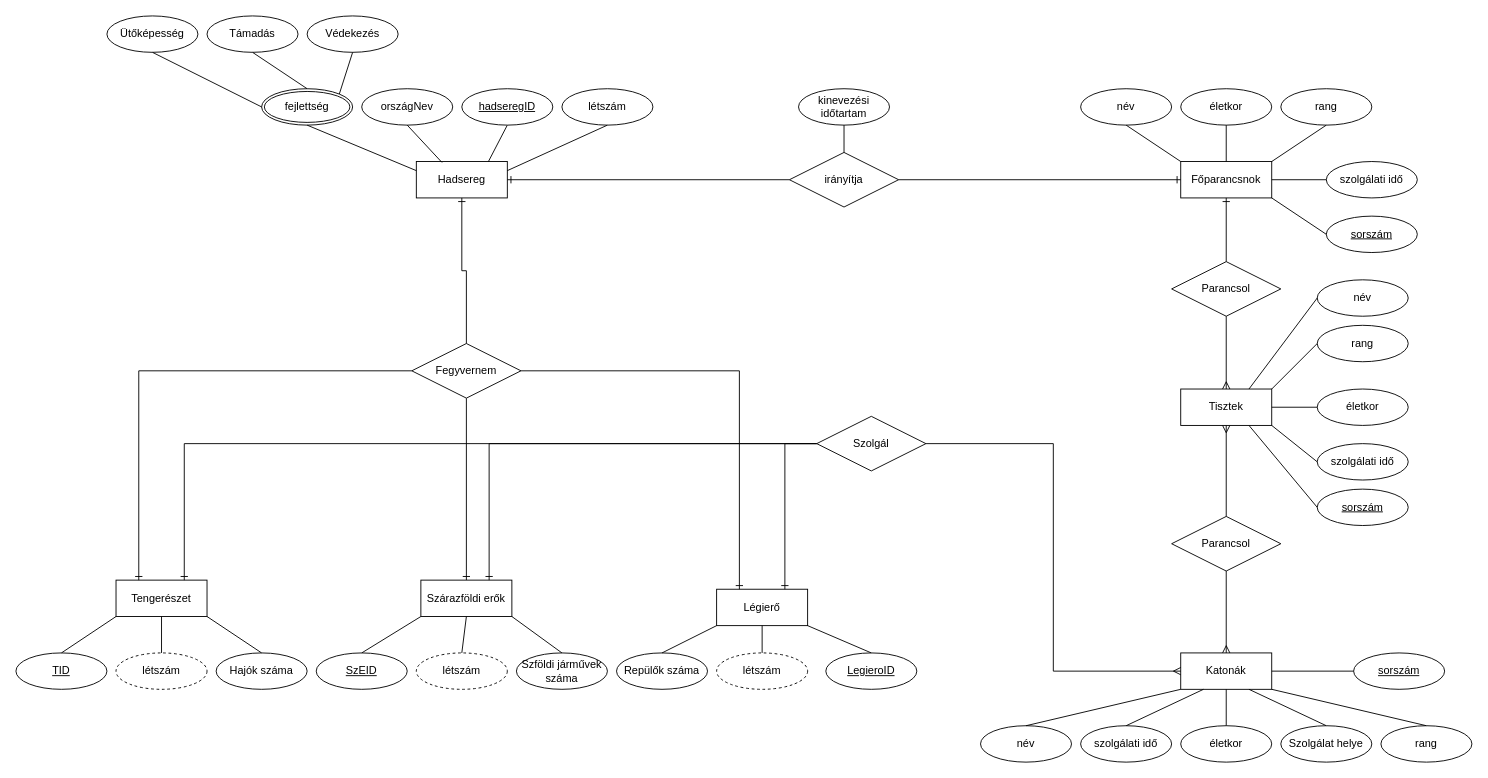
The draw.io diagram DBSemTaskHEPMIU/ERhepmiu.drawio in urbanoliver/HEPMIU_DB1Gyak, before the edit. Source tidied: cells renumbered, new cells numbered last; positions are measured from the earlier drawing's top-left corner, leaving out a move shared by most shapes. Both pictures are drawn from the tidied source at 91%, with x=0, y=0 at pixel (15, 15).
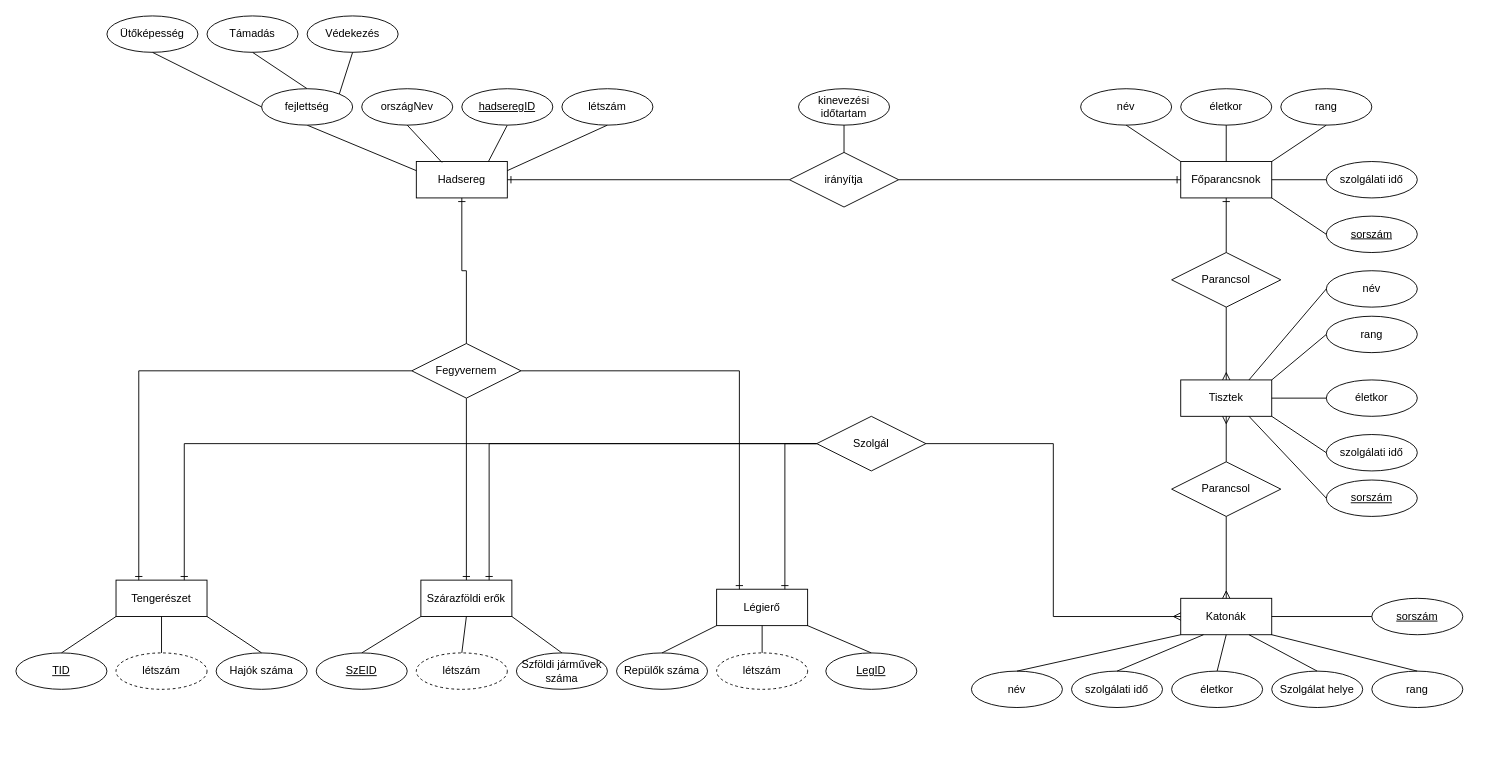
Above is the later version.

The change refers to these unchanged cells:
```xml
<mxCell id="2" value="Hadsereg" style="whiteSpace=wrap;html=1;align=center;" parent="1" vertex="1">
  <mxGeometry x="440" y="160" width="100" height="40" as="geometry" />
</mxCell>
<mxCell id="16" value="Főparancsnok" style="whiteSpace=wrap;html=1;align=center;" parent="1" vertex="1">
  <mxGeometry x="1280" y="160" width="100" height="40" as="geometry" />
</mxCell>
```

Change to the diagram source:
```diff
@@
-    <mxCell id="31" value="Parancsol" style="shape=rhombus;perimeter=rhombusPerimeter;whiteSpace=wrap;html=1;align=center;" parent="1" vertex="1">
-      <mxGeometry x="1270" y="270" width="120" height="60" as="geometry" />
-    </mxCell>
     <mxCell id="32" value="Tisztek" style="whiteSpace=wrap;html=1;align=center;" parent="1" vertex="1">
-      <mxGeometry x="1280" y="410" width="100" height="40" as="geometry" />
+      <mxGeometry x="1280" y="400" width="100" height="40" as="geometry" />
     </mxCell>
-    <mxCell id="33" style="edgeStyle=orthogonalEdgeStyle;fontSize=12;html=1;endArrow=ERmany;rounded=0;exitX=0.5;exitY=1;exitDx=0;exitDy=0;entryX=0.5;entryY=0;entryDx=0;entryDy=0;" parent="1" edge="1" source="31" target="32">
-      <mxGeometry relative="1" as="geometry" />
-    </mxCell>
-    <mxCell id="34" style="edgeStyle=orthogonalEdgeStyle;fontSize=12;html=1;endArrow=ERone;endFill=1;rounded=0;exitX=0.5;exitY=0;exitDx=0;exitDy=0;entryX=0.5;entryY=1;entryDx=0;entryDy=0;" parent="1" edge="1" source="31" target="16">
-      <mxGeometry relative="1" as="geometry" />
-    </mxCell>
     <mxCell id="35" value="szolgálati idő" style="ellipse;whiteSpace=wrap;html=1;align=center;" parent="1" vertex="1">
-      <mxGeometry x="1430" y="470" width="100" height="40" as="geometry" />
+      <mxGeometry x="1440" y="460" width="100" height="40" as="geometry" />
     </mxCell>
     <mxCell id="36" value="életkor" style="ellipse;whiteSpace=wrap;html=1;align=center;" parent="1" vertex="1">
-      <mxGeometry x="1430" y="410" width="100" height="40" as="geometry" />
+      <mxGeometry x="1440" y="400" width="100" height="40" as="geometry" />
     </mxCell>
     <mxCell id="37" value="rang" style="ellipse;whiteSpace=wrap;html=1;align=center;" parent="1" vertex="1">
-      <mxGeometry x="1430" y="340" width="100" height="40" as="geometry" />
+      <mxGeometry x="1440" y="330" width="100" height="40" as="geometry" />
     </mxCell>
     <mxCell id="38" value="név" style="ellipse;whiteSpace=wrap;html=1;align=center;" parent="1" vertex="1">
-      <mxGeometry x="1430" y="290" width="100" height="40" as="geometry" />
+      <mxGeometry x="1440" y="280" width="100" height="40" as="geometry" />
     </mxCell>
@@
     <mxCell id="43" value="Parancsol" style="shape=rhombus;perimeter=rhombusPerimeter;whiteSpace=wrap;html=1;align=center;" parent="1" vertex="1">
-      <mxGeometry x="1270" y="550" width="120" height="60" as="geometry" />
+      <mxGeometry x="1270" y="490" width="120" height="60" as="geometry" />
     </mxCell>
-    <mxCell id="44" style="edgeStyle=orthogonalEdgeStyle;fontSize=12;html=1;endArrow=ERmany;rounded=0;exitX=0.5;exitY=0;exitDx=0;exitDy=0;entryX=0.5;entryY=1;entryDx=0;entryDy=0;" parent="1" edge="1" source="43" target="32">
-      <mxGeometry relative="1" as="geometry" />
-    </mxCell>
     <mxCell id="45" value="Katonák" style="whiteSpace=wrap;html=1;align=center;" parent="1" vertex="1">
-      <mxGeometry x="1280" y="700" width="100" height="40" as="geometry" />
+      <mxGeometry x="1280" y="640" width="100" height="40" as="geometry" />
     </mxCell>
@@
     <mxCell id="47" value="szolgálati idő" style="ellipse;whiteSpace=wrap;html=1;align=center;" parent="1" vertex="1">
-      <mxGeometry x="1170" y="780" width="100" height="40" as="geometry" />
+      <mxGeometry x="1160" y="720" width="100" height="40" as="geometry" />
     </mxCell>
     <mxCell id="48" value="életkor" style="ellipse;whiteSpace=wrap;html=1;align=center;" parent="1" vertex="1">
-      <mxGeometry x="1280" y="780" width="100" height="40" as="geometry" />
+      <mxGeometry x="1270" y="720" width="100" height="40" as="geometry" />
     </mxCell>
     <mxCell id="49" value="rang" style="ellipse;whiteSpace=wrap;html=1;align=center;" parent="1" vertex="1">
-      <mxGeometry x="1500" y="780" width="100" height="40" as="geometry" />
+      <mxGeometry x="1490" y="720" width="100" height="40" as="geometry" />
     </mxCell>
     <mxCell id="50" value="név" style="ellipse;whiteSpace=wrap;html=1;align=center;" parent="1" vertex="1">
-      <mxGeometry x="1060" y="780" width="100" height="40" as="geometry" />
+      <mxGeometry x="1050" y="720" width="100" height="40" as="geometry" />
     </mxCell>
@@
     <mxCell id="54" value="sorszám" style="ellipse;whiteSpace=wrap;html=1;align=center;fontStyle=4;" parent="1" vertex="1">
-      <mxGeometry x="1470" y="700" width="100" height="40" as="geometry" />
+      <mxGeometry x="1490" y="640" width="100" height="40" as="geometry" />
     </mxCell>
     <mxCell id="55" value="sorszám" style="ellipse;whiteSpace=wrap;html=1;align=center;fontStyle=4;" parent="1" vertex="1">
-      <mxGeometry x="1430" y="520" width="100" height="40" as="geometry" />
+      <mxGeometry x="1440" y="510" width="100" height="40" as="geometry" />
     </mxCell>
@@
-    <mxCell id="61" value="LegieroID" style="ellipse;whiteSpace=wrap;html=1;align=center;fontStyle=4;" parent="1" vertex="1">
+    <mxCell id="61" value="LegID" style="ellipse;whiteSpace=wrap;html=1;align=center;fontStyle=4;" parent="1" vertex="1">
       <mxGeometry x="890" y="700" width="100" height="40" as="geometry" />
     </mxCell>
@@
     <mxCell id="66" value="Szolgálat helye" style="ellipse;whiteSpace=wrap;html=1;align=center;" parent="1" vertex="1">
-      <mxGeometry x="1390" y="780" width="100" height="40" as="geometry" />
+      <mxGeometry x="1380" y="720" width="100" height="40" as="geometry" />
     </mxCell>
@@
-    <mxCell id="68" value="fejlettség" style="ellipse;shape=doubleEllipse;margin=3;whiteSpace=wrap;html=1;align=center;" parent="1" vertex="1">
-      <mxGeometry x="270" y="80" width="100" height="40" as="geometry" />
-    </mxCell>
-    <mxCell id="69" style="endArrow=none;html=1;rounded=0;exitX=0.5;exitY=1;exitDx=0;exitDy=0;entryX=0;entryY=0.25;entryDx=0;entryDy=0;" parent="1" edge="1" source="68" target="2">
-      <mxGeometry relative="1" as="geometry" />
+    <mxCell id="69" style="endArrow=none;html=1;rounded=0;exitX=0.5;exitY=1;exitDx=0;exitDy=0;entryX=0;entryY=0.25;entryDx=0;entryDy=0;" parent="1" edge="1" target="2">
+      <mxGeometry relative="1" as="geometry">
+        <mxPoint x="320" y="120" as="sourcePoint" />
+      </mxGeometry>
     </mxCell>
@@
+    <mxCell id="68" value="fejlettség" style="ellipse;whiteSpace=wrap;html=1;align=center;" parent="1" vertex="1">
+      <mxGeometry x="270" y="80" width="100" height="40" as="geometry" />
+    </mxCell>
+    <mxCell id="44" style="edgeStyle=orthogonalEdgeStyle;fontSize=12;html=1;endArrow=ERmany;rounded=0;exitX=0.5;exitY=0;exitDx=0;exitDy=0;entryX=0.5;entryY=1;entryDx=0;entryDy=0;" parent="1" edge="1" source="43" target="32">
+      <mxGeometry relative="1" as="geometry" />
+    </mxCell>
+    <mxCell id="31" value="Parancsol" style="shape=rhombus;perimeter=rhombusPerimeter;whiteSpace=wrap;html=1;align=center;" parent="1" vertex="1">
+      <mxGeometry x="1270" y="260" width="120" height="60" as="geometry" />
+    </mxCell>
+    <mxCell id="33" style="edgeStyle=orthogonalEdgeStyle;fontSize=12;html=1;endArrow=ERmany;rounded=0;exitX=0.5;exitY=1;exitDx=0;exitDy=0;entryX=0.5;entryY=0;entryDx=0;entryDy=0;" parent="1" edge="1" source="31" target="32">
+      <mxGeometry relative="1" as="geometry" />
+    </mxCell>
+    <mxCell id="34" style="edgeStyle=orthogonalEdgeStyle;fontSize=12;html=1;endArrow=ERone;endFill=1;rounded=0;exitX=0.5;exitY=0;exitDx=0;exitDy=0;entryX=0.5;entryY=1;entryDx=0;entryDy=0;" parent="1" edge="1" source="31" target="16">
+      <mxGeometry relative="1" as="geometry" />
+    </mxCell>
```
